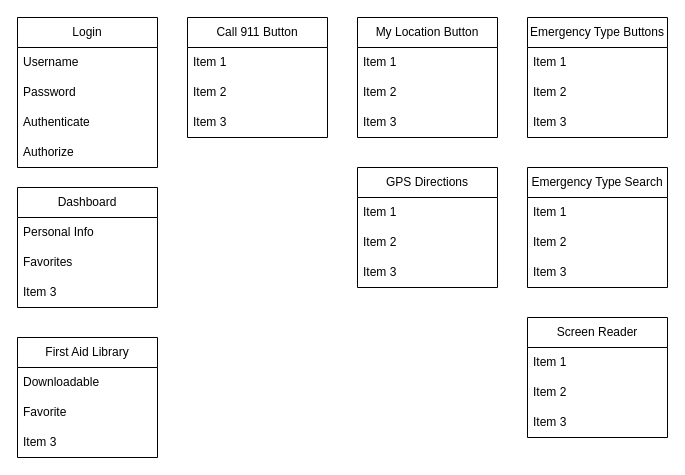
Earlier version of the draw.io diagram page "Tech Stack" (6 of 11) of Untitled Diagram.drawio (mfmarson/AidMate). Source tidied: cells renumbered, new cells numbered last; positions are measured from the earlier drawing's top-left corner, leaving out a move shared by most shapes. Both pictures are drawn from the tidied source at 100%, with x=0, y=0 at pixel (17, 17).
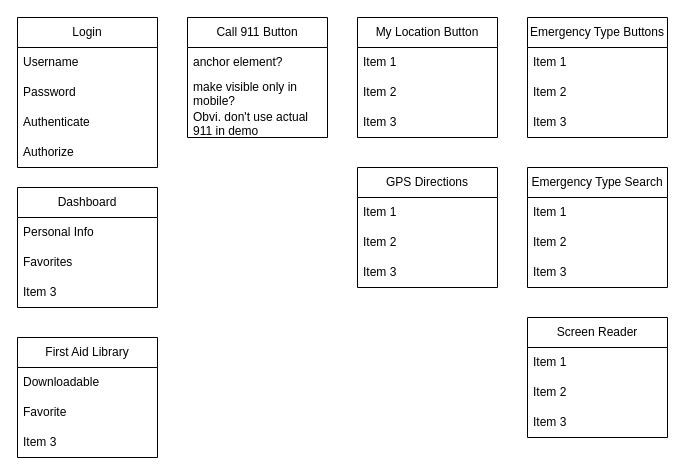
The same diagram, later.

The change refers to these unchanged cells:
```xml
<mxCell id="7" value="Call 911 Button" style="swimlane;fontStyle=0;horizontal=1;startSize=30;whiteSpace=wrap;html=1;" parent="1" vertex="1">
  <mxGeometry x="170" width="140" height="120" as="geometry" />
</mxCell>
```

Change to the diagram source:
```diff
@@
-    <mxCell id="8" value="Item 1" style="text;strokeColor=none;fillColor=none;align=left;verticalAlign=middle;spacingLeft=4;spacingRight=4;overflow=hidden;whiteSpace=wrap;html=1;" parent="7" vertex="1">
+    <mxCell id="8" value="anchor element?" style="text;strokeColor=none;fillColor=none;align=left;verticalAlign=middle;spacingLeft=4;spacingRight=4;overflow=hidden;whiteSpace=wrap;html=1;" parent="7" vertex="1">
       <mxGeometry y="30" width="140" height="30" as="geometry" />
     </mxCell>
-    <mxCell id="9" value="Item 2" style="text;strokeColor=none;fillColor=none;align=left;verticalAlign=middle;spacingLeft=4;spacingRight=4;overflow=hidden;whiteSpace=wrap;html=1;" parent="7" vertex="1">
+    <mxCell id="9" value="make visible only in mobile?" style="text;strokeColor=none;fillColor=none;align=left;verticalAlign=middle;spacingLeft=4;spacingRight=4;overflow=hidden;whiteSpace=wrap;html=1;" parent="7" vertex="1">
       <mxGeometry y="60" width="140" height="30" as="geometry" />
     </mxCell>
-    <mxCell id="10" value="Item 3" style="text;strokeColor=none;fillColor=none;align=left;verticalAlign=middle;spacingLeft=4;spacingRight=4;overflow=hidden;whiteSpace=wrap;html=1;" parent="7" vertex="1">
+    <mxCell id="10" value="Obvi. don't use actual 911 in demo" style="text;strokeColor=none;fillColor=none;align=left;verticalAlign=middle;spacingLeft=4;spacingRight=4;overflow=hidden;whiteSpace=wrap;html=1;" parent="7" vertex="1">
       <mxGeometry y="90" width="140" height="30" as="geometry" />
     </mxCell>
```
